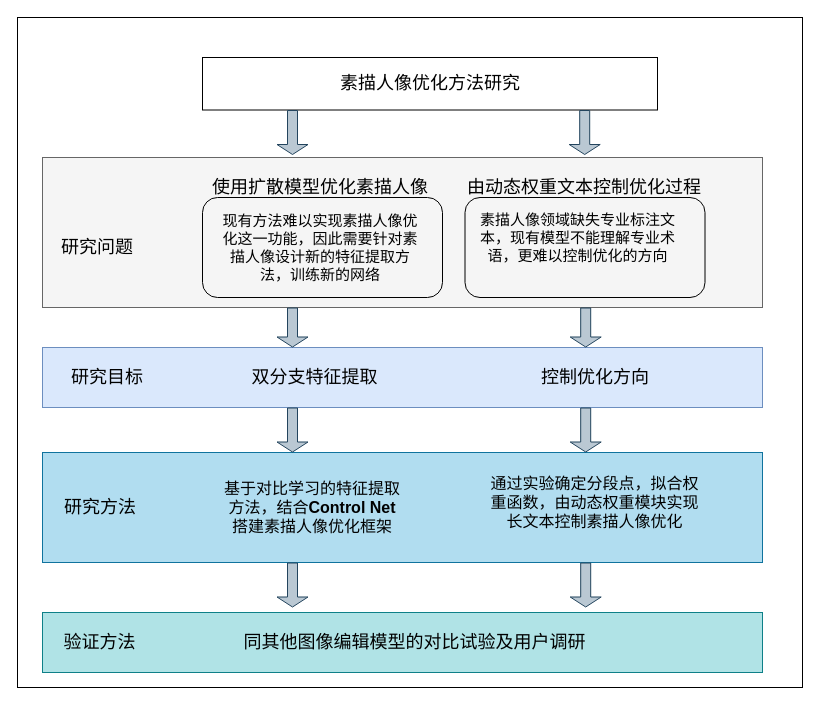
Before: drawio/大论文框架图.drawio in Sinon0919/SwartArt, a draw.io diagram. Source tidied: cells renumbered, new cells numbered last; positions are measured from the earlier drawing's top-left corner, leaving out a move shared by most shapes. Both pictures are drawn from the tidied source at 100%, with x=0, y=0 at pixel (17, 17).
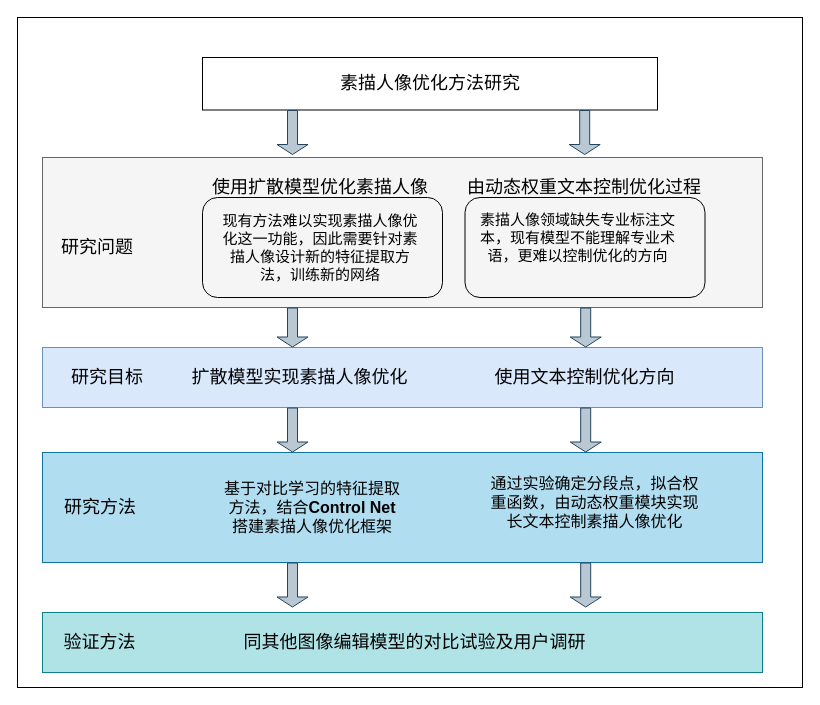
Above is the later version.

Commit message:
更新大论文框架图.drawio

Change to the diagram source:
```diff
@@
-    <mxCell id="12" value="&lt;font style=&quot;font-size: 18px;&quot;&gt;双分支特征提取&lt;/font&gt;" style="text;html=1;whiteSpace=wrap;strokeColor=none;fillColor=none;align=center;verticalAlign=middle;rounded=0;" parent="1" vertex="1">
-      <mxGeometry x="190" y="345" width="215" height="30" as="geometry" />
+    <mxCell id="12" value="&lt;span style=&quot;font-size: 18px;&quot;&gt;扩散模型实现素描人像优化&lt;/span&gt;" style="text;html=1;whiteSpace=wrap;strokeColor=none;fillColor=none;align=center;verticalAlign=middle;rounded=0;" parent="1" vertex="1">
+      <mxGeometry x="165" y="345" width="235" height="30" as="geometry" />
     </mxCell>
-    <mxCell id="13" value="&lt;font style=&quot;font-size: 18px;&quot;&gt;控制优化方向&lt;/font&gt;" style="text;html=1;whiteSpace=wrap;strokeColor=none;fillColor=none;align=center;verticalAlign=middle;rounded=0;" parent="1" vertex="1">
-      <mxGeometry x="492.5" y="345" width="170" height="30" as="geometry" />
+    <mxCell id="13" value="&lt;font style=&quot;font-size: 18px;&quot;&gt;使用文本控制优化方向&lt;/font&gt;" style="text;html=1;whiteSpace=wrap;strokeColor=none;fillColor=none;align=center;verticalAlign=middle;rounded=0;" parent="1" vertex="1">
+      <mxGeometry x="471.2" y="345" width="192.5" height="30" as="geometry" />
     </mxCell>
```
